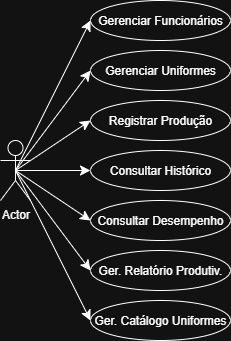
Before: docs/diagramaCasoDeUso.drawio.png, a diagram exported from draw.io (JaoVPimenta/TrabalhoFinal). Source tidied: cells renumbered, new cells last; positions are measured from the earlier drawing's top-left corner, leaving out a move shared by most shapes.
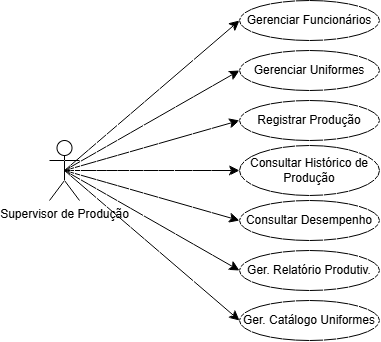
After the commit.

Commit message:
Modificação nos diagramas

Change to the diagram source:
```diff
@@ -23,8 +23,8 @@
     <mxCell id="8" style="edgeStyle=none;curved=1;rounded=0;curveGeometry=1;jettySize=auto;html=1;exitX=0.5;exitY=0.5;exitDx=0;exitDy=0;exitPerimeter=0;entryX=0;entryY=0.5;entryDx=0;entryDy=0;fontSize=12;defaultLabelBackgroundColor=page;startSize=8;endSize=8;" parent="1" edge="1" source="9" target="16">
       <mxGeometry relative="1" as="geometry" />
     </mxCell>
-    <mxCell id="9" value="Actor" style="shape=umlActor;verticalLabelPosition=bottom;verticalAlign=top;html=1;labelPerimeter=1;" parent="1" vertex="1">
-      <mxGeometry y="140" width="30" height="60" as="geometry" />
+    <mxCell id="9" value="Supervisor de Produção" style="shape=umlActor;verticalLabelPosition=bottom;verticalAlign=top;html=1;labelPerimeter=1;" parent="1" vertex="1">
+      <mxGeometry x="-100" y="140" width="30" height="60" as="geometry" />
     </mxCell>
     <mxCell id="10" value="Gerenciar Funcionários" style="ellipse;whiteSpace=wrap;html=1;" parent="1" vertex="1">
       <mxGeometry x="90" width="140" height="40" as="geometry" />
@@ -38,8 +38,8 @@
     <mxCell id="13" value="Consultar Desempenho" style="ellipse;whiteSpace=wrap;html=1;" parent="1" vertex="1">
       <mxGeometry x="90" y="200" width="140" height="40" as="geometry" />
     </mxCell>
-    <mxCell id="14" value="Consultar Histórico" style="ellipse;whiteSpace=wrap;html=1;" parent="1" vertex="1">
-      <mxGeometry x="90" y="150" width="140" height="40" as="geometry" />
+    <mxCell id="14" value="Consultar Histórico de Produção" style="ellipse;whiteSpace=wrap;html=1;" parent="1" vertex="1">
+      <mxGeometry x="90" y="145" width="140" height="50" as="geometry" />
     </mxCell>
     <mxCell id="15" value="Ger. Relatório Produtiv." style="ellipse;whiteSpace=wrap;html=1;" parent="1" vertex="1">
       <mxGeometry x="90" y="250" width="140" height="40" as="geometry" />
```
